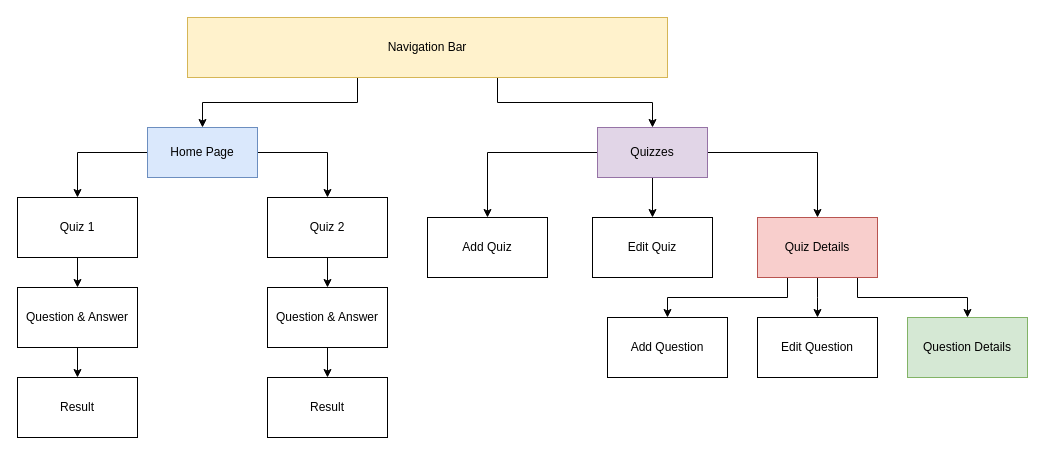
Before: page "WebPage Flow" (3 of 4) of diagrams/sprint2-project-diagram.drawio in full-stack-devs-learn/niantic-2024-sprint-2-team-3, a draw.io diagram. Source tidied: cells renumbered, new cells numbered last; positions are measured from the earlier drawing's top-left corner, leaving out a move shared by most shapes. Both pictures are drawn from the tidied source at 100%, with x=0, y=0 at pixel (17, 17).
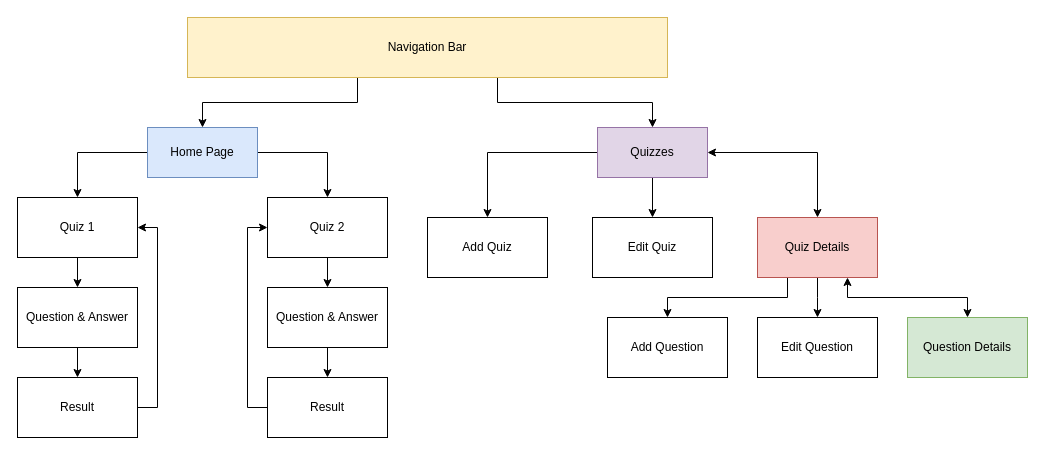
The same page after the edit.

The change refers to these unchanged cells:
```xml
<mxCell id="6" value="Quiz 2" style="whiteSpace=wrap;html=1;" parent="1" vertex="1">
  <mxGeometry x="250" y="180" width="120" height="60" as="geometry" />
</mxCell>
<mxCell id="8" value="Quiz 1" style="whiteSpace=wrap;html=1;" parent="1" vertex="1">
  <mxGeometry y="180" width="120" height="60" as="geometry" />
</mxCell>
<mxCell id="11" value="Result" style="whiteSpace=wrap;html=1;" parent="1" vertex="1">
  <mxGeometry y="360" width="120" height="60" as="geometry" />
</mxCell>
<mxCell id="14" value="Result" style="whiteSpace=wrap;html=1;" parent="1" vertex="1">
  <mxGeometry x="250" y="360" width="120" height="60" as="geometry" />
</mxCell>
<mxCell id="18" value="Quizzes" style="html=1;whiteSpace=wrap;fillColor=#e1d5e7;strokeColor=#9673a6;" parent="1" vertex="1">
  <mxGeometry x="580" y="110" width="110" height="50" as="geometry" />
</mxCell>
<mxCell id="24" value="Quiz Details" style="whiteSpace=wrap;html=1;fillColor=#f8cecc;strokeColor=#b85450;" parent="1" vertex="1">
  <mxGeometry x="740" y="200" width="120" height="60" as="geometry" />
</mxCell>
<mxCell id="30" value="Question Details" style="whiteSpace=wrap;html=1;fillColor=#d5e8d4;strokeColor=#82b366;" parent="1" vertex="1">
  <mxGeometry x="890" y="300" width="120" height="60" as="geometry" />
</mxCell>
```

Change to the diagram source:
```diff
@@
+    <mxCell id="31" style="edgeStyle=orthogonalEdgeStyle;rounded=0;jettySize=auto;html=1;exitX=1;exitY=0.5;exitDx=0;exitDy=0;entryX=1;entryY=0.5;entryDx=0;entryDy=0;" parent="1" edge="1" source="11" target="8">
+      <mxGeometry relative="1" as="geometry" />
+    </mxCell>
@@
+    <mxCell id="32" style="edgeStyle=orthogonalEdgeStyle;rounded=0;jettySize=auto;html=1;exitX=0;exitY=0.5;exitDx=0;exitDy=0;entryX=0;entryY=0.5;entryDx=0;entryDy=0;" parent="1" edge="1" source="14" target="6">
+      <mxGeometry relative="1" as="geometry" />
+    </mxCell>
@@
-    <mxCell id="17" style="edgeStyle=orthogonalEdgeStyle;rounded=0;jettySize=auto;html=1;" parent="1" edge="1" source="18" target="24">
+    <mxCell id="17" style="edgeStyle=orthogonalEdgeStyle;rounded=0;jettySize=auto;html=1;startArrow=classic;startFill=1;" parent="1" edge="1" source="18" target="24">
       <mxGeometry relative="1" as="geometry" />
     </mxCell>
@@
-    <mxCell id="23" style="edgeStyle=orthogonalEdgeStyle;rounded=0;jettySize=auto;html=1;exitX=0.75;exitY=1;exitDx=0;exitDy=0;" parent="1" edge="1" source="24" target="30">
+    <mxCell id="23" style="edgeStyle=orthogonalEdgeStyle;rounded=0;jettySize=auto;html=1;startArrow=classic;startFill=1;" parent="1" edge="1" source="24" target="30">
       <mxGeometry relative="1" as="geometry">
         <Array as="points">
-          <mxPoint x="840" y="260" />
-          <mxPoint x="840" y="280" />
+          <mxPoint x="830" y="280" />
           <mxPoint x="950" y="280" />
         </Array>
       </mxGeometry>
     </mxCell>
```
